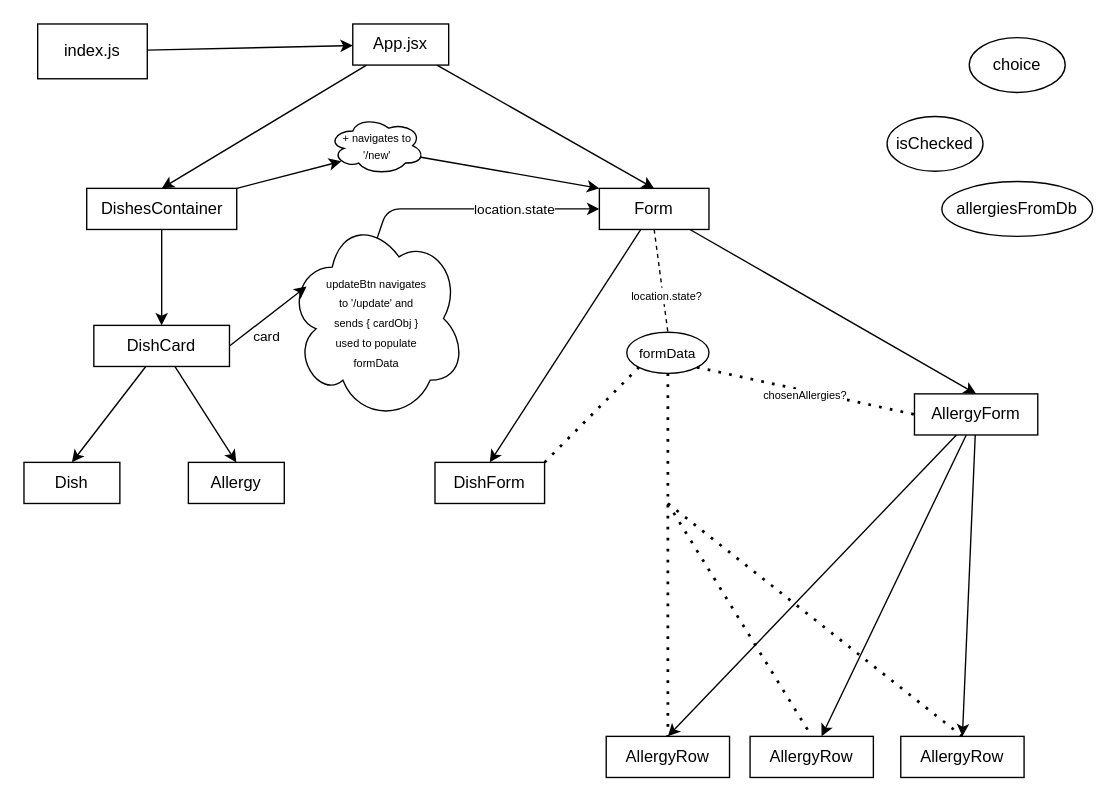
Earlier version of the draw.io diagram public/v1.drawio (matthewkohn/allergy-tracker-client). Source tidied: cells renumbered, new cells numbered last; positions are measured from the earlier drawing's top-left corner, leaving out a move shared by most shapes. Both pictures are drawn from the tidied source at 137%, with x=0, y=0 at pixel (23, 23).
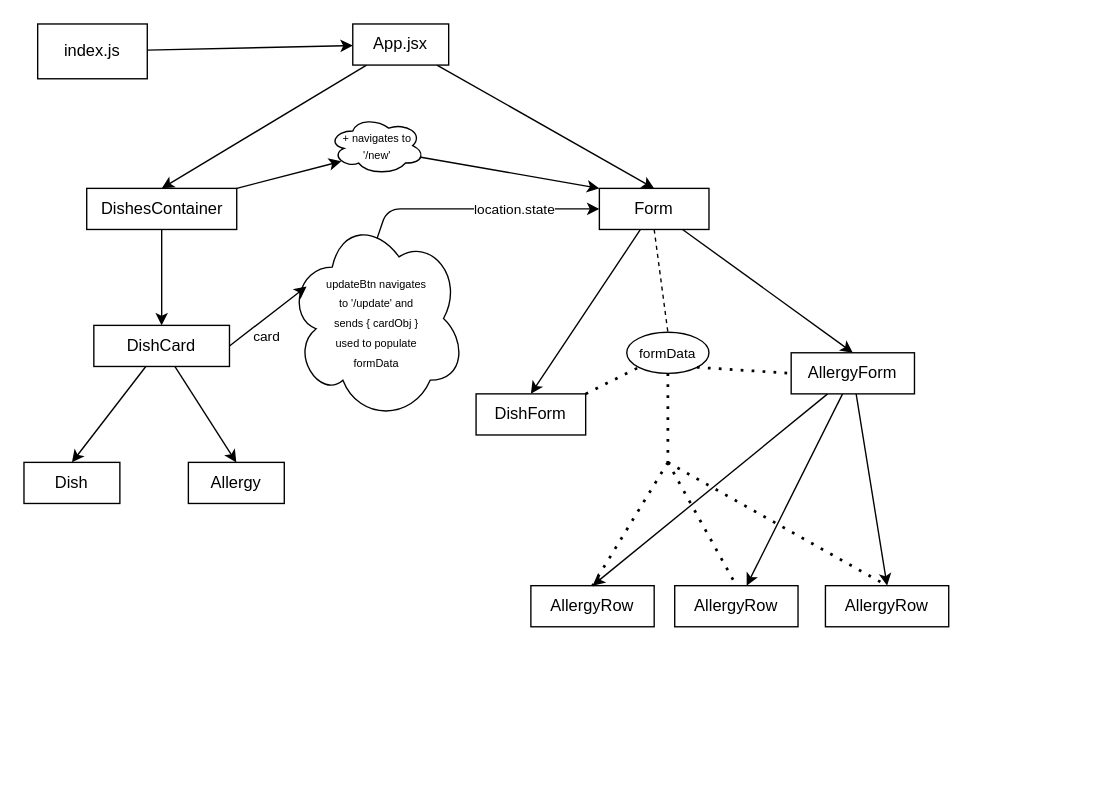
After the change.

Unchanged cells that the change refers to:
```xml
<mxCell id="23" value="&lt;font style=&quot;font-size: 10px&quot;&gt;formData&lt;/font&gt;" style="ellipse;whiteSpace=wrap;html=1;" parent="1" vertex="1">
  <mxGeometry x="440" y="225" width="60" height="30" as="geometry" />
</mxCell>
<mxCell id="38" style="endArrow=none;dashed=1;html=1;fontSize=10;exitX=0.5;exitY=1;exitDx=0;exitDy=0;entryX=0.5;entryY=0;entryDx=0;entryDy=0;" parent="1" edge="1" source="16" target="23">
  <mxGeometry relative="1" as="geometry" />
</mxCell>
<mxCell id="44" style="endArrow=none;dashed=1;html=1;dashPattern=1 3;strokeWidth=2;fontSize=8;exitX=1;exitY=1;exitDx=0;exitDy=0;entryX=0;entryY=0.5;entryDx=0;entryDy=0;" parent="1" edge="1" source="23" target="21">
  <mxGeometry relative="1" as="geometry" />
</mxCell>
```

What changed in the source:
```diff
@@
     <mxCell id="17" value="DishForm" style="rounded=0;whiteSpace=wrap;html=1;" parent="1" vertex="1">
-      <mxGeometry x="300" y="320" width="80" height="30" as="geometry" />
+      <mxGeometry x="330" y="270" width="80" height="30" as="geometry" />
     </mxCell>
@@
     <mxCell id="21" value="AllergyForm" style="rounded=0;whiteSpace=wrap;html=1;" parent="1" vertex="1">
-      <mxGeometry x="650" y="270" width="90" height="30" as="geometry" />
+      <mxGeometry x="560" y="240" width="90" height="30" as="geometry" />
     </mxCell>
     <mxCell id="22" value="AllergyRow" style="rounded=0;whiteSpace=wrap;html=1;" parent="1" vertex="1">
-      <mxGeometry x="530" y="520" width="90" height="30" as="geometry" />
+      <mxGeometry x="475" y="410" width="90" height="30" as="geometry" />
     </mxCell>
@@
-    <mxCell id="24" value="choice" style="ellipse;whiteSpace=wrap;html=1;" parent="1" vertex="1">
-      <mxGeometry x="690" y="10" width="70" height="40" as="geometry" />
-    </mxCell>
-    <mxCell id="25" value="allergiesFromDb" style="ellipse;whiteSpace=wrap;html=1;" parent="1" vertex="1">
-      <mxGeometry x="670" y="115" width="110" height="40" as="geometry" />
-    </mxCell>
-    <mxCell id="26" value="isChecked" style="ellipse;whiteSpace=wrap;html=1;" parent="1" vertex="1">
-      <mxGeometry x="630" y="67.5" width="70" height="40" as="geometry" />
-    </mxCell>
     <mxCell id="27" value="AllergyRow" style="rounded=0;whiteSpace=wrap;html=1;" parent="1" vertex="1">
-      <mxGeometry x="425" y="520" width="90" height="30" as="geometry" />
+      <mxGeometry x="370" y="410" width="90" height="30" as="geometry" />
     </mxCell>
     <mxCell id="28" value="AllergyRow" style="rounded=0;whiteSpace=wrap;html=1;" parent="1" vertex="1">
-      <mxGeometry x="640" y="520" width="90" height="30" as="geometry" />
+      <mxGeometry x="585" y="410" width="90" height="30" as="geometry" />
     </mxCell>
@@
-    <mxCell id="39" value="&lt;font style=&quot;font-size: 8px&quot;&gt;location.state?&lt;/font&gt;" style="edgeLabel;html=1;align=center;verticalAlign=middle;fontSize=10;" parent="38" vertex="1">
-      <mxGeometry x="0.26" y="2" relative="1" as="geometry" />
-    </mxCell>
@@
-    <mxCell id="41" style="endArrow=none;dashed=1;html=1;dashPattern=1 3;strokeWidth=2;fontSize=8;exitX=0.5;exitY=1;exitDx=0;exitDy=0;entryX=0.5;entryY=0;entryDx=0;entryDy=0;" parent="1" edge="1" source="23" target="27">
-      <mxGeometry relative="1" as="geometry" />
+    <mxCell id="41" style="endArrow=none;dashed=1;html=1;dashPattern=1 3;strokeWidth=2;fontSize=8;exitX=0.5;exitY=1;exitDx=0;exitDy=0;" parent="1" edge="1" source="23">
+      <mxGeometry relative="1" as="geometry">
+        <mxPoint x="470" y="320" as="targetPoint" />
+      </mxGeometry>
     </mxCell>
     <mxCell id="42" style="endArrow=none;dashed=1;html=1;dashPattern=1 3;strokeWidth=2;fontSize=8;entryX=0.5;entryY=0;entryDx=0;entryDy=0;" parent="1" edge="1" target="22">
       <mxGeometry relative="1" as="geometry">
-        <mxPoint x="470" y="350" as="sourcePoint" />
+        <mxPoint x="470" y="320" as="sourcePoint" />
       </mxGeometry>
     </mxCell>
     <mxCell id="43" style="endArrow=none;dashed=1;html=1;dashPattern=1 3;strokeWidth=2;fontSize=8;entryX=0.5;entryY=0;entryDx=0;entryDy=0;" parent="1" edge="1" target="28">
       <mxGeometry relative="1" as="geometry">
-        <mxPoint x="470" y="350" as="sourcePoint" />
+        <mxPoint x="470" y="320" as="sourcePoint" />
       </mxGeometry>
     </mxCell>
@@
-    <mxCell id="45" value="chosenAllergies?" style="edgeLabel;html=1;align=center;verticalAlign=middle;fontSize=8;" parent="44" vertex="1">
-      <mxGeometry x="0.37" relative="1" as="geometry">
-        <mxPoint x="-30" y="-4" as="offset" />
+    <mxCell id="45" style="endArrow=none;dashed=1;html=1;dashPattern=1 3;strokeWidth=2;fontSize=8;entryX=0.5;entryY=0;entryDx=0;entryDy=0;" parent="1" edge="1" target="27">
+      <mxGeometry relative="1" as="geometry">
+        <mxPoint x="470" y="320" as="sourcePoint" />
       </mxGeometry>
     </mxCell>
```
